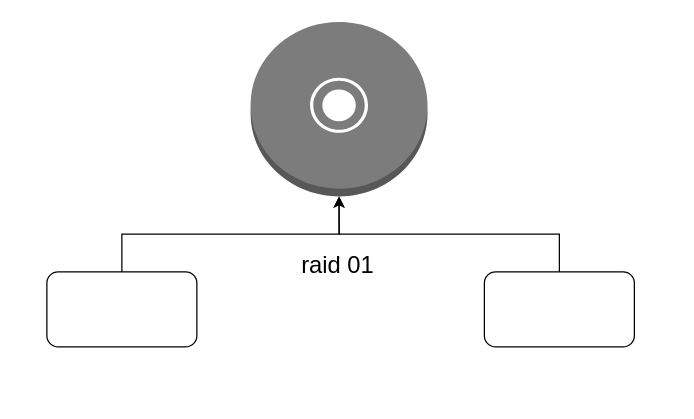
This is raid01.drawio from wupei-w/diagrams, a draw.io file, before an edit. Source tidied: cells renumbered, new cells numbered last; positions are measured from the earlier drawing's top-left corner, leaving out a move shared by most shapes. Both pictures are drawn from the tidied source at 125%, with x=0, y=0 at pixel (46, 21).
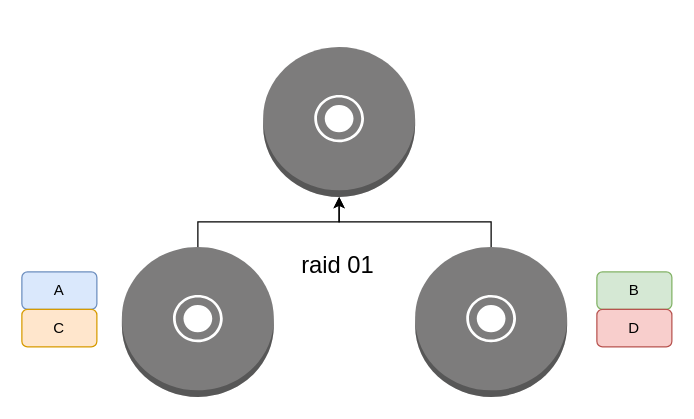
The same page after the edit.

What changed in the source:
```diff
@@
 <mxGraphModel>
   <root>
     <mxCell id="0" />
     <mxCell id="1" parent="0" />
-    <mxCell id="2" style="edgeStyle=orthogonalEdgeStyle;rounded=0;jettySize=auto;html=1;exitX=0.5;exitY=0;exitDx=0;exitDy=0;entryX=0.5;entryY=1;entryDx=0;entryDy=0;entryPerimeter=0;" parent="1" edge="1" source="3" target="6">
-      <mxGeometry relative="1" as="geometry" />
-    </mxCell>
-    <mxCell id="3" style="rounded=1;whiteSpace=wrap;html=1;" parent="1" vertex="1">
-      <mxGeometry y="200" width="120" height="60" as="geometry" />
+    <mxCell id="3" value="A" style="rounded=1;whiteSpace=wrap;html=1;fillColor=#dae8fc;strokeColor=#6c8ebf;" parent="1" vertex="1">
+      <mxGeometry x="-20" y="200" width="60" height="30" as="geometry" />
     </mxCell>
-    <mxCell id="4" style="edgeStyle=orthogonalEdgeStyle;rounded=0;jettySize=auto;html=1;exitX=0.5;exitY=0;exitDx=0;exitDy=0;entryX=0.5;entryY=1;entryDx=0;entryDy=0;entryPerimeter=0;" parent="1" edge="1" source="5" target="6">
-      <mxGeometry relative="1" as="geometry" />
-    </mxCell>
-    <mxCell id="5" style="rounded=1;whiteSpace=wrap;html=1;" parent="1" vertex="1">
-      <mxGeometry x="350" y="200" width="120" height="60" as="geometry" />
-    </mxCell>
     <mxCell id="6" style="outlineConnect=0;dashed=0;verticalLabelPosition=bottom;verticalAlign=top;align=center;html=1;shape=mxgraph.aws3.disk;fillColor=#7D7C7C;gradientColor=none;" parent="1" vertex="1">
-      <mxGeometry x="163" width="141.5" height="139.6" as="geometry" />
+      <mxGeometry x="173" y="20" width="121.6" height="120" as="geometry" />
     </mxCell>
     <mxCell id="7" value="&lt;font style=&quot;font-size: 19px&quot;&gt;raid 01&lt;/font&gt;" style="text;html=1;strokeColor=none;fillColor=none;align=center;verticalAlign=middle;whiteSpace=wrap;rounded=0;" parent="1" vertex="1">
       <mxGeometry x="185" y="180" width="96.2" height="30" as="geometry" />
     </mxCell>
+    <mxCell id="8" style="edgeStyle=orthogonalEdgeStyle;rounded=0;jettySize=auto;html=1;exitX=0.5;exitY=0;exitDx=0;exitDy=0;exitPerimeter=0;entryX=0.5;entryY=1;entryDx=0;entryDy=0;entryPerimeter=0;" parent="1" edge="1" source="9" target="6">
+      <mxGeometry relative="1" as="geometry" />
+    </mxCell>
+    <mxCell id="9" style="outlineConnect=0;dashed=0;verticalLabelPosition=bottom;verticalAlign=top;align=center;html=1;shape=mxgraph.aws3.disk;fillColor=#7D7C7C;gradientColor=none;" parent="1" vertex="1">
+      <mxGeometry x="60" y="180" width="121.6" height="120" as="geometry" />
+    </mxCell>
+    <mxCell id="10" style="edgeStyle=orthogonalEdgeStyle;rounded=0;jettySize=auto;html=1;exitX=0.5;exitY=0;exitDx=0;exitDy=0;exitPerimeter=0;entryX=0.5;entryY=1;entryDx=0;entryDy=0;entryPerimeter=0;" parent="1" edge="1" source="11" target="6">
+      <mxGeometry relative="1" as="geometry" />
+    </mxCell>
+    <mxCell id="11" style="outlineConnect=0;dashed=0;verticalLabelPosition=bottom;verticalAlign=top;align=center;html=1;shape=mxgraph.aws3.disk;fillColor=#7D7C7C;gradientColor=none;" parent="1" vertex="1">
+      <mxGeometry x="294.6" y="180" width="121.6" height="120" as="geometry" />
+    </mxCell>
+    <mxCell id="12" value="B" style="rounded=1;whiteSpace=wrap;html=1;fillColor=#d5e8d4;strokeColor=#82b366;" parent="1" vertex="1">
+      <mxGeometry x="440" y="200" width="60" height="30" as="geometry" />
+    </mxCell>
+    <mxCell id="13" value="D" style="rounded=1;whiteSpace=wrap;html=1;fillColor=#f8cecc;strokeColor=#b85450;" parent="1" vertex="1">
+      <mxGeometry x="440" y="230" width="60" height="30" as="geometry" />
+    </mxCell>
+    <mxCell id="14" value="C" style="rounded=1;whiteSpace=wrap;html=1;fillColor=#ffe6cc;strokeColor=#d79b00;" parent="1" vertex="1">
+      <mxGeometry x="-20" y="230" width="60" height="30" as="geometry" />
+    </mxCell>
   </root>
 </mxGraphModel>
```
